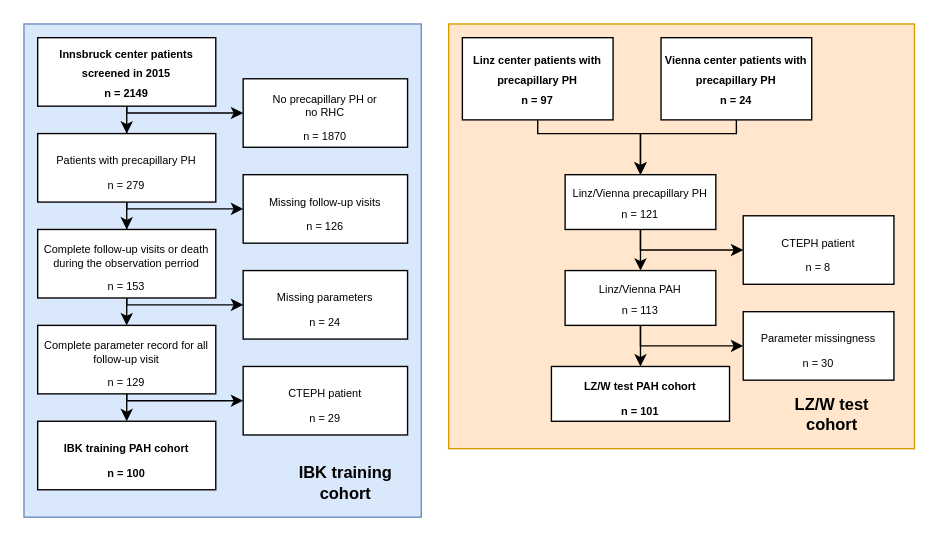
Above: aux files/strobe.drawio in PiotrTymoszuk/PAH-biomarker (draw.io), before the change. Source tidied: cells renumbered, new cells numbered last; positions are measured from the earlier drawing's top-left corner, leaving out a move shared by most shapes. Both pictures are drawn from the tidied source at 137%, with x=0, y=0 at pixel (23, 23).
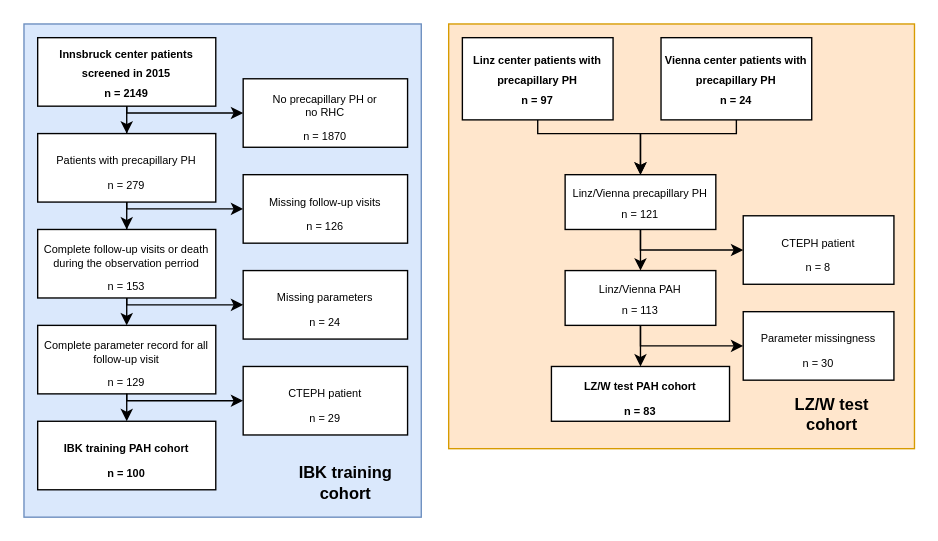
After the change.

What changed in the source:
```diff
@@
-    <mxCell id="33" value="&lt;font style=&quot;font-size: 8px&quot; face=&quot;Arial, serif&quot;&gt;&lt;p lang=&quot;en-US&quot; class=&quot;western&quot; align=&quot;center&quot; style=&quot;margin-bottom: 0in&quot;&gt;LZ/W test PAH cohort&lt;/p&gt;&lt;p lang=&quot;en-US&quot; class=&quot;western&quot; align=&quot;center&quot; style=&quot;margin-bottom: 0in&quot;&gt;n = 101&lt;/p&gt;&lt;/font&gt;" style="rounded=0;whiteSpace=wrap;html=1;verticalAlign=middle;spacing=0;fontStyle=1;" parent="1" vertex="1">
+    <mxCell id="33" value="&lt;font style=&quot;font-size: 8px&quot; face=&quot;Arial, serif&quot;&gt;&lt;p lang=&quot;en-US&quot; class=&quot;western&quot; align=&quot;center&quot; style=&quot;margin-bottom: 0in&quot;&gt;LZ/W test PAH cohort&lt;/p&gt;&lt;p lang=&quot;en-US&quot; class=&quot;western&quot; align=&quot;center&quot; style=&quot;margin-bottom: 0in&quot;&gt;n = 83&lt;/p&gt;&lt;/font&gt;" style="rounded=0;whiteSpace=wrap;html=1;verticalAlign=middle;spacing=0;fontStyle=1;" parent="1" vertex="1">
       <mxGeometry x="385" y="250" width="130" height="40" as="geometry" />
     </mxCell>
```
